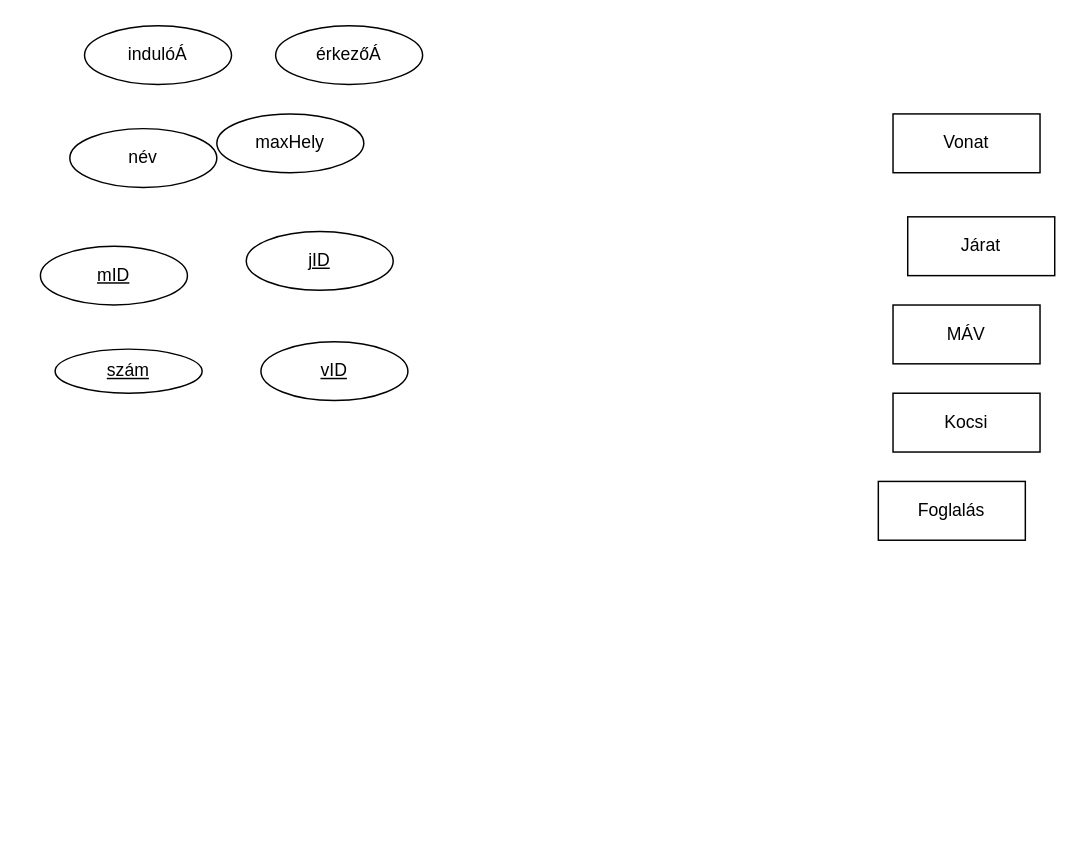
urbanoliver/HEPMIU_DB1Gyak keeps this draw.io diagram as HEPMIU_0927/hepmiu_3.6.drawio. Above is the earlier version. Source tidied: cells renumbered, new cells numbered last; positions are measured from the earlier drawing's top-left corner, leaving out a move shared by most shapes. Both pictures are drawn from the tidied source at 147%, with x=0, y=0 at pixel (40, 25).
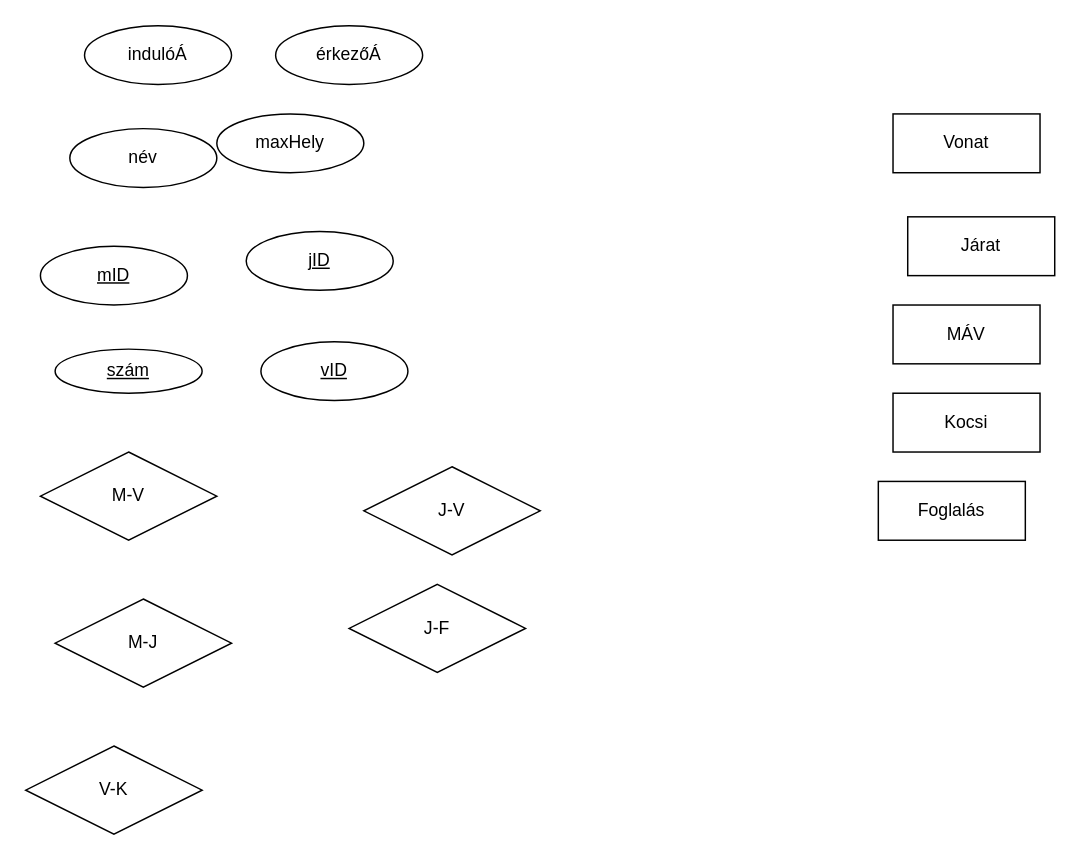
Above is the later version.

What changed in the source:
```diff
@@
 <mxGraphModel>
   <root>
     <mxCell id="0" />
     <mxCell id="1" parent="0" />
     <mxCell id="2" value="Vonat" style="whiteSpace=wrap;html=1;align=center;" parent="1" vertex="1">
       <mxGeometry x="580" y="60" width="100" height="40" as="geometry" />
     </mxCell>
     <mxCell id="3" value="Járat" style="whiteSpace=wrap;html=1;align=center;" parent="1" vertex="1">
       <mxGeometry x="590" y="130" width="100" height="40" as="geometry" />
     </mxCell>
     <mxCell id="4" value="MÁV" style="whiteSpace=wrap;html=1;align=center;" parent="1" vertex="1">
       <mxGeometry x="580" y="190" width="100" height="40" as="geometry" />
     </mxCell>
     <mxCell id="5" value="Kocsi" style="whiteSpace=wrap;html=1;align=center;" parent="1" vertex="1">
       <mxGeometry x="580" y="250" width="100" height="40" as="geometry" />
     </mxCell>
     <mxCell id="6" value="Foglalás" style="whiteSpace=wrap;html=1;align=center;" parent="1" vertex="1">
       <mxGeometry x="570" y="310" width="100" height="40" as="geometry" />
     </mxCell>
     <mxCell id="7" value="indulóÁ" style="ellipse;whiteSpace=wrap;html=1;align=center;" parent="1" vertex="1">
       <mxGeometry x="30" width="100" height="40" as="geometry" />
     </mxCell>
     <mxCell id="8" value="érkezőÁ" style="ellipse;whiteSpace=wrap;html=1;align=center;" parent="1" vertex="1">
       <mxGeometry x="160" width="100" height="40" as="geometry" />
     </mxCell>
     <mxCell id="9" value="név" style="ellipse;whiteSpace=wrap;html=1;align=center;" parent="1" vertex="1">
       <mxGeometry x="20" y="70" width="100" height="40" as="geometry" />
     </mxCell>
     <mxCell id="10" value="maxHely" style="ellipse;whiteSpace=wrap;html=1;align=center;" parent="1" vertex="1">
       <mxGeometry x="120" y="60" width="100" height="40" as="geometry" />
     </mxCell>
     <mxCell id="11" value="mID" style="ellipse;whiteSpace=wrap;html=1;align=center;fontStyle=4;" parent="1" vertex="1">
       <mxGeometry y="150" width="100" height="40" as="geometry" />
     </mxCell>
     <mxCell id="12" value="jID" style="ellipse;whiteSpace=wrap;html=1;align=center;fontStyle=4;" parent="1" vertex="1">
       <mxGeometry x="140" y="140" width="100" height="40" as="geometry" />
     </mxCell>
     <mxCell id="13" value="szám" style="ellipse;whiteSpace=wrap;html=1;align=center;fontStyle=4;" parent="1" vertex="1">
       <mxGeometry x="10" y="220" width="100" height="30" as="geometry" />
     </mxCell>
     <mxCell id="14" value="vID" style="ellipse;whiteSpace=wrap;html=1;align=center;fontStyle=4;" parent="1" vertex="1">
       <mxGeometry x="150" y="215" width="100" height="40" as="geometry" />
     </mxCell>
+    <mxCell id="15" value="M-V" style="shape=rhombus;perimeter=rhombusPerimeter;whiteSpace=wrap;html=1;align=center;" parent="1" vertex="1">
+      <mxGeometry y="290" width="120" height="60" as="geometry" />
+    </mxCell>
+    <mxCell id="16" value="M-J" style="shape=rhombus;perimeter=rhombusPerimeter;whiteSpace=wrap;html=1;align=center;" parent="1" vertex="1">
+      <mxGeometry x="10" y="390" width="120" height="60" as="geometry" />
+    </mxCell>
+    <mxCell id="17" value="J-V" style="shape=rhombus;perimeter=rhombusPerimeter;whiteSpace=wrap;html=1;align=center;" parent="1" vertex="1">
+      <mxGeometry x="220" y="300" width="120" height="60" as="geometry" />
+    </mxCell>
+    <mxCell id="18" value="V-K" style="shape=rhombus;perimeter=rhombusPerimeter;whiteSpace=wrap;html=1;align=center;" parent="1" vertex="1">
+      <mxGeometry x="-10" y="490" width="120" height="60" as="geometry" />
+    </mxCell>
+    <mxCell id="19" value="J-F" style="shape=rhombus;perimeter=rhombusPerimeter;whiteSpace=wrap;html=1;align=center;" parent="1" vertex="1">
+      <mxGeometry x="210" y="380" width="120" height="60" as="geometry" />
+    </mxCell>
   </root>
 </mxGraphModel>
```
